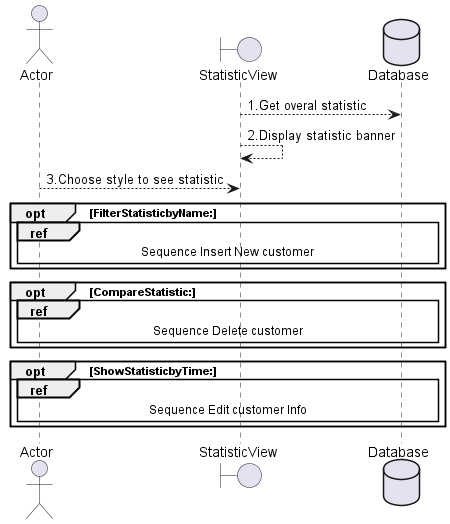
The PlantUML diagram Lab 1/Lab1.2/Sequence Diagram/export/Thong ke doanh thu.png in vanlinh1602/SE357-Pratice-class, before a commit. Its diagram source:
```plantuml
@startuml Thong ke doanh thu

actor Actor
boundary StatisticView
database Database

StatisticView  --> Database: 1.Get overal statistic
StatisticView  --> StatisticView : 2.Display statistic banner
Actor --> StatisticView : 3.Choose style to see statistic

opt FilterStatisticbyName:
    ref over Actor, StatisticView , Database: Sequence Insert New customer
end

opt CompareStatistic:
    ref over Actor, StatisticView , Database: Sequence Delete customer
end

opt ShowStatisticbyTime:
    ref over Actor, StatisticView , Database: Sequence Edit customer Info
end


@enduml
```
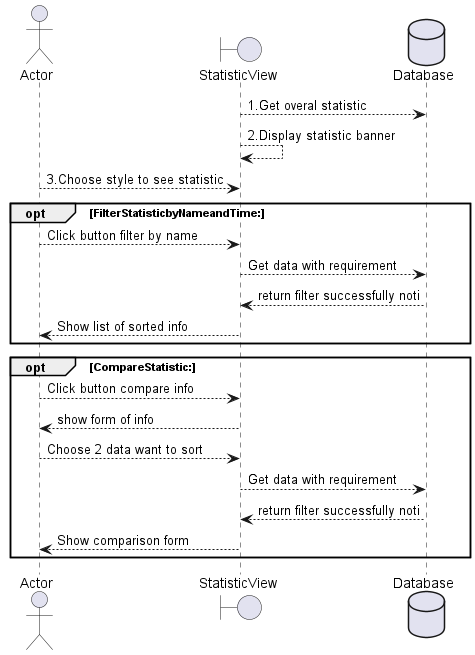
The same file after the commit.

Diff of the diagram source:
```diff
@@ -8,17 +8,23 @@
 StatisticView  --> StatisticView : 2.Display statistic banner
 Actor --> StatisticView : 3.Choose style to see statistic
 
-opt FilterStatisticbyName:
-    ref over Actor, StatisticView , Database: Sequence Insert New customer
+opt FilterStatisticbyNameandTime:
+Actor --> StatisticView: Click button filter by name
+StatisticView --> Database:Get data with requirement
+Database --> StatisticView: return filter successfully noti
+StatisticView --> Actor: Show list of sorted info
 end
 
 opt CompareStatistic:
-    ref over Actor, StatisticView , Database: Sequence Delete customer
-end
-
-opt ShowStatisticbyTime:
-    ref over Actor, StatisticView , Database: Sequence Edit customer Info
+Actor --> StatisticView: Click button compare info
+StatisticView --> Actor: show form of info
+Actor --> StatisticView: Choose 2 data want to sort
+StatisticView --> Database:Get data with requirement
+Database --> StatisticView: return filter successfully noti
+StatisticView --> Actor: Show comparison form
 end
 
 
+
+
 @enduml
```
